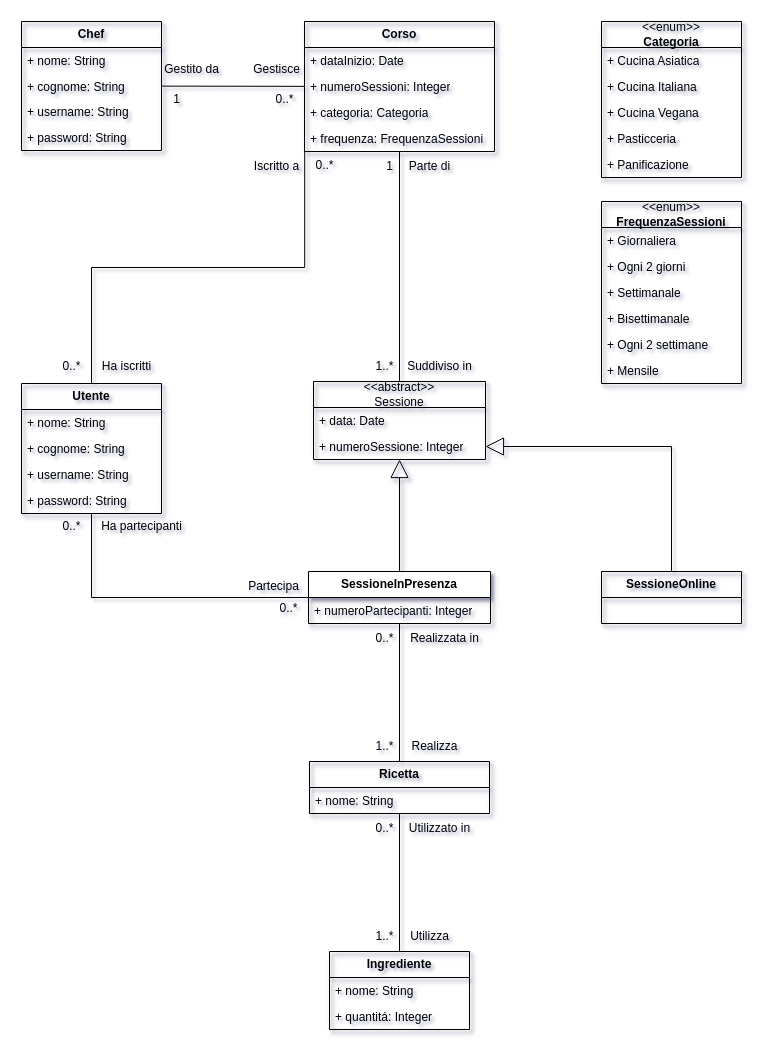
Above: Progettazione/UMLNonRistrutturato.drawio in AntoEsposito/UninaFoodLabDatabase (draw.io), before the change. Source tidied: cells renumbered, new cells numbered last; positions are measured from the earlier drawing's top-left corner, leaving out a move shared by most shapes. Both pictures are drawn from the tidied source at 100%, with x=0, y=0 at pixel (21, 21).
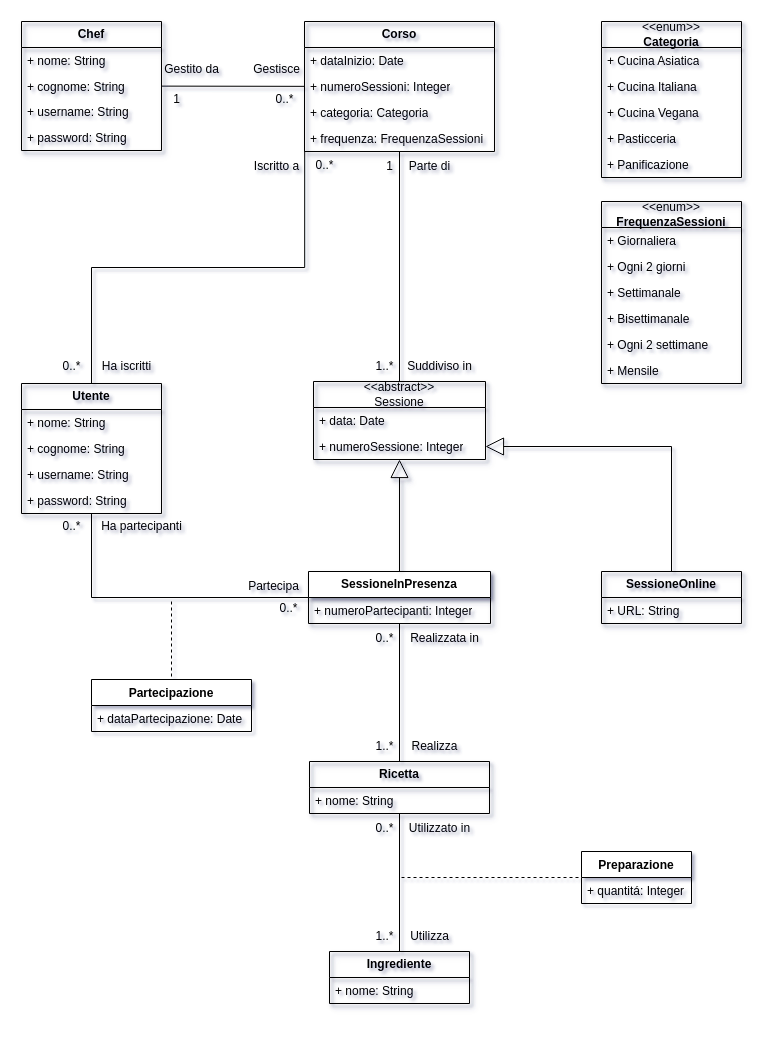
The same page after the edit.

The change refers to these unchanged cells:
```xml
<mxCell id="42" value="&lt;b&gt;SessioneOnline&lt;/b&gt;" style="swimlane;fontStyle=0;horizontal=1;startSize=26;fillColor=none;whiteSpace=wrap;html=1;labelBackgroundColor=none;rounded=0;shadow=1;" parent="1" vertex="1">
  <mxGeometry x="580" y="550" width="140" height="52" as="geometry" />
</mxCell>
```

What changed in the source:
```diff
@@
+    <mxCell id="73" value="+ URL: String" style="text;strokeColor=none;fillColor=none;align=left;verticalAlign=top;spacingLeft=4;spacingRight=4;overflow=hidden;whiteSpace=wrap;html=1;" parent="42" vertex="1">
+      <mxGeometry y="26" width="140" height="26" as="geometry" />
+    </mxCell>
@@
     <mxCell id="49" value="&lt;b&gt;Ingrediente&lt;/b&gt;" style="swimlane;fontStyle=0;horizontal=1;startSize=26;fillColor=none;whiteSpace=wrap;html=1;labelBackgroundColor=none;rounded=0;shadow=1;" parent="1" vertex="1">
-      <mxGeometry x="308" y="930" width="140" height="78" as="geometry" />
+      <mxGeometry x="308" y="930" width="140" height="52" as="geometry" />
     </mxCell>
@@
-    <mxCell id="51" value="+ quantitá: Integer" style="text;strokeColor=none;fillColor=none;align=left;verticalAlign=top;spacingLeft=4;spacingRight=4;overflow=hidden;whiteSpace=wrap;html=1;labelBackgroundColor=none;rounded=0;shadow=1;" parent="49" vertex="1">
-      <mxGeometry y="52" width="140" height="26" as="geometry" />
-    </mxCell>
@@
+    <mxCell id="74" value="Preparazione" style="swimlane;fontStyle=1;align=center;verticalAlign=top;horizontal=1;startSize=26;whiteSpace=wrap;html=1;" parent="1" vertex="1">
+      <mxGeometry x="560" y="830" width="110" height="52" as="geometry" />
+    </mxCell>
+    <mxCell id="51" value="+ quantitá: Integer" style="text;strokeColor=none;fillColor=none;align=left;verticalAlign=top;spacingLeft=4;spacingRight=4;overflow=hidden;whiteSpace=wrap;html=1;" parent="74" vertex="1">
+      <mxGeometry y="26" width="110" height="26" as="geometry" />
+    </mxCell>
+    <mxCell id="75" style="endArrow=none;dashed=1;html=1;rounded=0;" parent="1" edge="1" target="74">
+      <mxGeometry relative="1" as="geometry">
+        <mxPoint x="380" y="856" as="sourcePoint" />
+      </mxGeometry>
+    </mxCell>
+    <mxCell id="76" value="Partecipazione" style="swimlane;fontStyle=1;align=center;verticalAlign=top;horizontal=1;startSize=26;whiteSpace=wrap;html=1;" parent="1" vertex="1">
+      <mxGeometry x="70" y="658" width="160" height="52" as="geometry" />
+    </mxCell>
+    <mxCell id="77" value="+ dataPartecipazione: Date" style="text;strokeColor=none;fillColor=none;align=left;verticalAlign=top;spacingLeft=4;spacingRight=4;overflow=hidden;whiteSpace=wrap;html=1;" parent="76" vertex="1">
+      <mxGeometry y="26" width="160" height="26" as="geometry" />
+    </mxCell>
+    <mxCell id="78" style="endArrow=none;dashed=1;html=1;rounded=0;" parent="1" edge="1" target="76">
+      <mxGeometry relative="1" as="geometry">
+        <mxPoint x="150" y="580" as="sourcePoint" />
+      </mxGeometry>
+    </mxCell>
```
